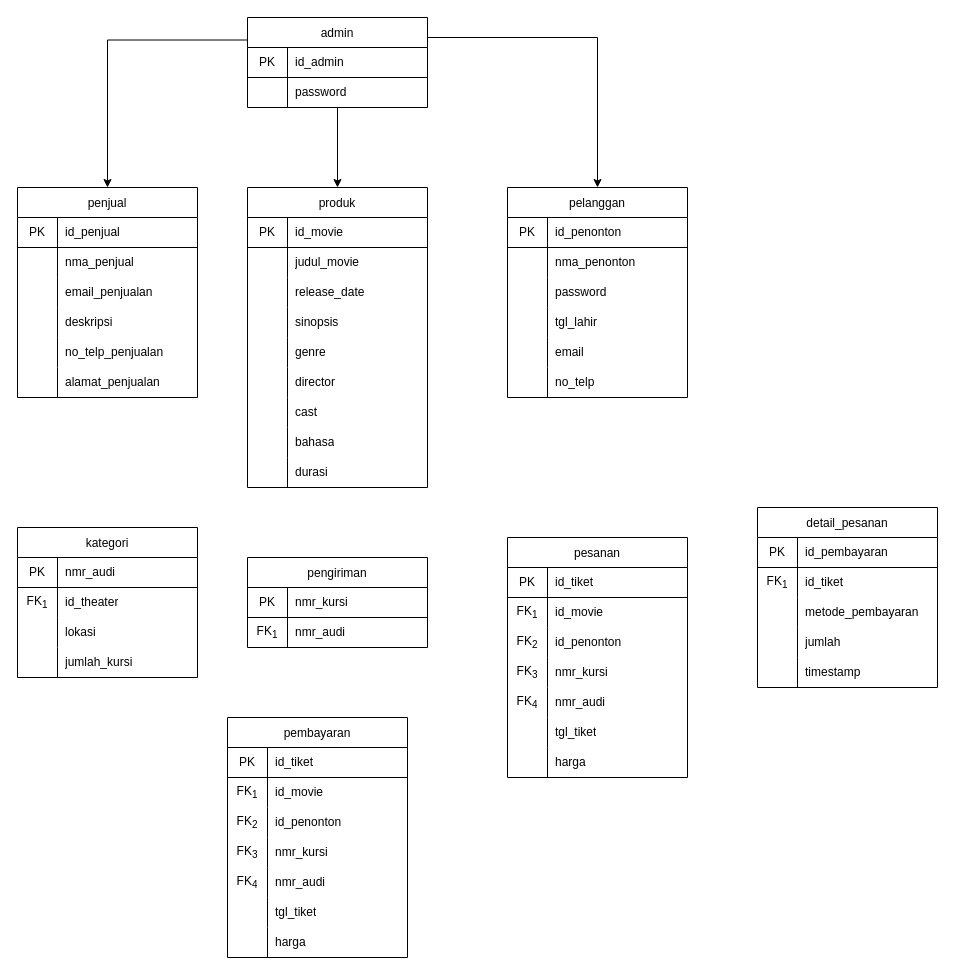
Above: e-commerce_cdm.drawio in vinnnna/sistem-basis-data (draw.io), before the change. Source tidied: cells renumbered, new cells numbered last; positions are measured from the earlier drawing's top-left corner, leaving out a move shared by most shapes. Both pictures are drawn from the tidied source at 100%, with x=0, y=0 at pixel (17, 17).
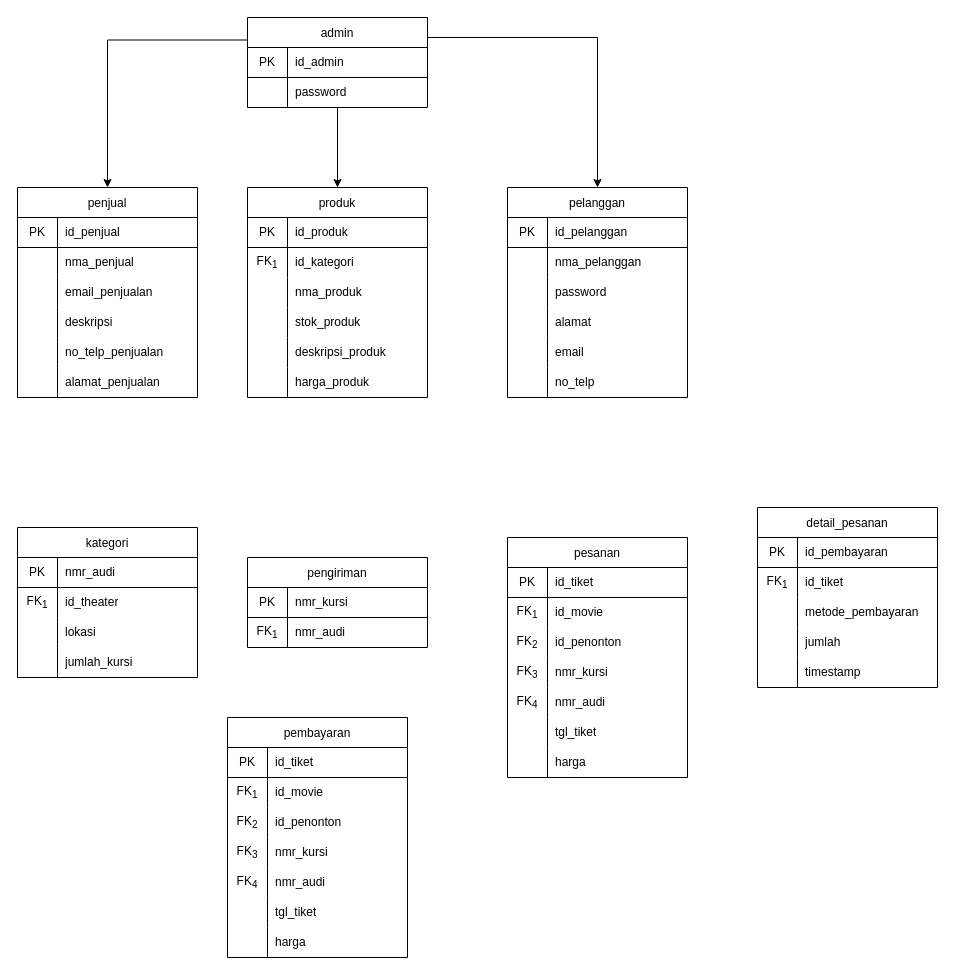
The same diagram, later.

Unchanged cells that the change refers to:
```xml
<mxCell id="22" style="shape=tableRow;horizontal=0;startSize=0;swimlaneHead=0;swimlaneBody=0;top=0;left=0;bottom=0;right=0;fillColor=none;strokeColor=inherit;fontSize=12;" parent="21" vertex="1">
  <mxGeometry y="30" width="180" height="30" as="geometry" />
</mxCell>
<mxCell id="88" style="shape=tableRow;horizontal=0;startSize=0;swimlaneHead=0;swimlaneBody=0;top=0;left=0;bottom=0;right=0;fillColor=none;strokeColor=inherit;fontSize=12;" parent="87" vertex="1">
  <mxGeometry y="30" width="180" height="30" as="geometry" />
</mxCell>
<mxCell id="91" style="shape=tableRow;horizontal=0;startSize=0;swimlaneHead=0;swimlaneBody=0;top=0;left=0;bottom=0;right=0;fillColor=none;strokeColor=inherit;fontSize=12;" parent="87" vertex="1">
  <mxGeometry y="60" width="180" height="30" as="geometry" />
</mxCell>
<mxCell id="97" style="shape=tableRow;horizontal=0;startSize=0;swimlaneHead=0;swimlaneBody=0;top=0;left=0;bottom=0;right=0;fillColor=none;strokeColor=inherit;fontSize=12;" parent="87" vertex="1">
  <mxGeometry y="120" width="180" height="30" as="geometry" />
</mxCell>
```

Diff of the diagram source:
```diff
@@
     <mxCell id="21" value="produk" style="shape=table;startSize=30;childLayout=tableLayout;rowLines=0;fontStyle=0;strokeColor=default;fontSize=12;" parent="1" vertex="1">
-      <mxGeometry x="230" y="170" width="180" height="300" as="geometry" />
+      <mxGeometry x="230" y="170" width="180" height="210" as="geometry" />
     </mxCell>
@@
-    <mxCell id="24" value="id_movie" style="shape=partialRectangle;html=1;whiteSpace=wrap;fillColor=none;top=0;left=0;bottom=1;right=0;align=left;spacingLeft=6;overflow=hidden;strokeColor=inherit;fontSize=12;strokeWidth=1;" parent="22" vertex="1">
+    <mxCell id="24" value="id_produk" style="shape=partialRectangle;html=1;whiteSpace=wrap;fillColor=none;top=0;left=0;bottom=1;right=0;align=left;spacingLeft=6;overflow=hidden;strokeColor=inherit;fontSize=12;strokeWidth=1;" parent="22" vertex="1">
       <mxGeometry x="40" width="140" height="30" as="geometry" />
     </mxCell>
+    <mxCell id="158" style="shape=tableRow;horizontal=0;startSize=0;swimlaneHead=0;swimlaneBody=0;top=0;left=0;bottom=0;right=0;fillColor=none;strokeColor=inherit;fontSize=12;" parent="21" vertex="1">
+      <mxGeometry y="60" width="180" height="30" as="geometry" />
+    </mxCell>
+    <mxCell id="159" value="FK&lt;sub&gt;1&lt;/sub&gt;" style="shape=partialRectangle;html=1;whiteSpace=wrap;fillColor=none;top=0;left=0;bottom=0;right=0;overflow=hidden;strokeColor=inherit;fontSize=12;" parent="158" vertex="1">
+      <mxGeometry width="40" height="30" as="geometry" />
+    </mxCell>
+    <mxCell id="160" value="id_kategori" style="shape=partialRectangle;html=1;whiteSpace=wrap;fillColor=none;top=0;left=0;bottom=0;right=0;align=left;spacingLeft=6;overflow=hidden;strokeColor=inherit;fontSize=12;" parent="158" vertex="1">
+      <mxGeometry x="40" width="140" height="30" as="geometry" />
+    </mxCell>
     <mxCell id="25" style="shape=tableRow;horizontal=0;startSize=0;swimlaneHead=0;swimlaneBody=0;top=0;left=0;bottom=0;right=0;fillColor=none;strokeColor=inherit;fontSize=12;" parent="21" vertex="1">
-      <mxGeometry y="60" width="180" height="30" as="geometry" />
+      <mxGeometry y="90" width="180" height="30" as="geometry" />
     </mxCell>
@@
-    <mxCell id="27" value="judul_movie" style="shape=partialRectangle;html=1;whiteSpace=wrap;fillColor=none;top=0;left=0;bottom=0;right=0;align=left;spacingLeft=6;overflow=hidden;strokeColor=inherit;fontSize=12;" parent="25" vertex="1">
+    <mxCell id="27" value="nma_produk" style="shape=partialRectangle;html=1;whiteSpace=wrap;fillColor=none;top=0;left=0;bottom=0;right=0;align=left;spacingLeft=6;overflow=hidden;strokeColor=inherit;fontSize=12;" parent="25" vertex="1">
       <mxGeometry x="40" width="140" height="30" as="geometry" />
     </mxCell>
     <mxCell id="28" style="shape=tableRow;horizontal=0;startSize=0;swimlaneHead=0;swimlaneBody=0;top=0;left=0;bottom=0;right=0;fillColor=none;strokeColor=inherit;fontSize=12;" parent="21" vertex="1">
-      <mxGeometry y="90" width="180" height="30" as="geometry" />
+      <mxGeometry y="120" width="180" height="30" as="geometry" />
     </mxCell>
@@
-    <mxCell id="30" value="release_date" style="shape=partialRectangle;html=1;whiteSpace=wrap;fillColor=none;top=0;left=0;bottom=0;right=0;align=left;spacingLeft=6;overflow=hidden;strokeColor=inherit;fontSize=12;" parent="28" vertex="1">
+    <mxCell id="30" value="stok_produk" style="shape=partialRectangle;html=1;whiteSpace=wrap;fillColor=none;top=0;left=0;bottom=0;right=0;align=left;spacingLeft=6;overflow=hidden;strokeColor=inherit;fontSize=12;" parent="28" vertex="1">
       <mxGeometry x="40" width="140" height="30" as="geometry" />
     </mxCell>
     <mxCell id="31" style="shape=tableRow;horizontal=0;startSize=0;swimlaneHead=0;swimlaneBody=0;top=0;left=0;bottom=0;right=0;fillColor=none;strokeColor=inherit;fontSize=12;" parent="21" vertex="1">
-      <mxGeometry y="120" width="180" height="30" as="geometry" />
+      <mxGeometry y="150" width="180" height="30" as="geometry" />
     </mxCell>
@@
-    <mxCell id="33" value="sinopsis" style="shape=partialRectangle;html=1;whiteSpace=wrap;fillColor=none;top=0;left=0;bottom=0;right=0;align=left;spacingLeft=6;overflow=hidden;strokeColor=inherit;fontSize=12;" parent="31" vertex="1">
+    <mxCell id="33" value="deskripsi_produk" style="shape=partialRectangle;html=1;whiteSpace=wrap;fillColor=none;top=0;left=0;bottom=0;right=0;align=left;spacingLeft=6;overflow=hidden;strokeColor=inherit;fontSize=12;" parent="31" vertex="1">
       <mxGeometry x="40" width="140" height="30" as="geometry" />
     </mxCell>
     <mxCell id="34" style="shape=tableRow;horizontal=0;startSize=0;swimlaneHead=0;swimlaneBody=0;top=0;left=0;bottom=0;right=0;fillColor=none;strokeColor=inherit;fontSize=12;" parent="21" vertex="1">
-      <mxGeometry y="150" width="180" height="30" as="geometry" />
+      <mxGeometry y="180" width="180" height="30" as="geometry" />
     </mxCell>
@@
-    <mxCell id="36" value="genre" style="shape=partialRectangle;html=1;whiteSpace=wrap;fillColor=none;top=0;left=0;bottom=0;right=0;align=left;spacingLeft=6;overflow=hidden;strokeColor=inherit;fontSize=12;" parent="34" vertex="1">
+    <mxCell id="36" value="harga_produk" style="shape=partialRectangle;html=1;whiteSpace=wrap;fillColor=none;top=0;left=0;bottom=0;right=0;align=left;spacingLeft=6;overflow=hidden;strokeColor=inherit;fontSize=12;" parent="34" vertex="1">
       <mxGeometry x="40" width="140" height="30" as="geometry" />
     </mxCell>
-    <mxCell id="37" style="shape=tableRow;horizontal=0;startSize=0;swimlaneHead=0;swimlaneBody=0;top=0;left=0;bottom=0;right=0;fillColor=none;strokeColor=inherit;fontSize=12;" parent="21" vertex="1">
-      <mxGeometry y="180" width="180" height="30" as="geometry" />
-    </mxCell>
-    <mxCell id="38" style="shape=partialRectangle;html=1;whiteSpace=wrap;fillColor=none;top=0;left=0;bottom=0;right=0;overflow=hidden;strokeColor=inherit;fontSize=12;" parent="37" vertex="1">
-      <mxGeometry width="40" height="30" as="geometry" />
-    </mxCell>
-    <mxCell id="39" value="director" style="shape=partialRectangle;html=1;whiteSpace=wrap;fillColor=none;top=0;left=0;bottom=0;right=0;align=left;spacingLeft=6;overflow=hidden;strokeColor=inherit;fontSize=12;" parent="37" vertex="1">
-      <mxGeometry x="40" width="140" height="30" as="geometry" />
-    </mxCell>
-    <mxCell id="40" style="shape=tableRow;horizontal=0;startSize=0;swimlaneHead=0;swimlaneBody=0;top=0;left=0;bottom=0;right=0;fillColor=none;strokeColor=inherit;fontSize=12;" parent="21" vertex="1">
-      <mxGeometry y="210" width="180" height="30" as="geometry" />
-    </mxCell>
-    <mxCell id="41" style="shape=partialRectangle;html=1;whiteSpace=wrap;fillColor=none;top=0;left=0;bottom=0;right=0;overflow=hidden;strokeColor=inherit;fontSize=12;" parent="40" vertex="1">
-      <mxGeometry width="40" height="30" as="geometry" />
-    </mxCell>
-    <mxCell id="42" value="cast" style="shape=partialRectangle;html=1;whiteSpace=wrap;fillColor=none;top=0;left=0;bottom=0;right=0;align=left;spacingLeft=6;overflow=hidden;strokeColor=inherit;fontSize=12;" parent="40" vertex="1">
-      <mxGeometry x="40" width="140" height="30" as="geometry" />
-    </mxCell>
-    <mxCell id="43" style="shape=tableRow;horizontal=0;startSize=0;swimlaneHead=0;swimlaneBody=0;top=0;left=0;bottom=0;right=0;fillColor=none;strokeColor=inherit;fontSize=12;" parent="21" vertex="1">
-      <mxGeometry y="240" width="180" height="30" as="geometry" />
-    </mxCell>
-    <mxCell id="44" style="shape=partialRectangle;html=1;whiteSpace=wrap;fillColor=none;top=0;left=0;bottom=0;right=0;overflow=hidden;strokeColor=inherit;fontSize=12;" parent="43" vertex="1">
-      <mxGeometry width="40" height="30" as="geometry" />
-    </mxCell>
-    <mxCell id="45" value="bahasa" style="shape=partialRectangle;html=1;whiteSpace=wrap;fillColor=none;top=0;left=0;bottom=0;right=0;align=left;spacingLeft=6;overflow=hidden;strokeColor=inherit;fontSize=12;" parent="43" vertex="1">
-      <mxGeometry x="40" width="140" height="30" as="geometry" />
-    </mxCell>
-    <mxCell id="46" style="shape=tableRow;horizontal=0;startSize=0;swimlaneHead=0;swimlaneBody=0;top=0;left=0;bottom=0;right=0;fillColor=none;strokeColor=inherit;fontSize=12;" parent="21" vertex="1">
-      <mxGeometry y="270" width="180" height="30" as="geometry" />
-    </mxCell>
-    <mxCell id="47" style="shape=partialRectangle;html=1;whiteSpace=wrap;fillColor=none;top=0;left=0;bottom=0;right=0;overflow=hidden;strokeColor=inherit;fontSize=12;" parent="46" vertex="1">
-      <mxGeometry width="40" height="30" as="geometry" />
-    </mxCell>
-    <mxCell id="48" value="durasi" style="shape=partialRectangle;html=1;whiteSpace=wrap;fillColor=none;top=0;left=0;bottom=0;right=0;align=left;spacingLeft=6;overflow=hidden;strokeColor=inherit;fontSize=12;" parent="46" vertex="1">
-      <mxGeometry x="40" width="140" height="30" as="geometry" />
-    </mxCell>
@@
-    <mxCell id="90" value="id_penonton" style="shape=partialRectangle;html=1;whiteSpace=wrap;fillColor=none;top=0;left=0;bottom=1;right=0;align=left;spacingLeft=6;overflow=hidden;strokeColor=inherit;fontSize=12;strokeWidth=1;" parent="88" vertex="1">
+    <mxCell id="90" value="id_pelanggan" style="shape=partialRectangle;html=1;whiteSpace=wrap;fillColor=none;top=0;left=0;bottom=1;right=0;align=left;spacingLeft=6;overflow=hidden;strokeColor=inherit;fontSize=12;strokeWidth=1;" parent="88" vertex="1">
       <mxGeometry x="40" width="140" height="30" as="geometry" />
     </mxCell>
@@
-    <mxCell id="93" value="nma_penonton" style="shape=partialRectangle;html=1;whiteSpace=wrap;fillColor=none;top=0;left=0;bottom=0;right=0;align=left;spacingLeft=6;overflow=hidden;strokeColor=inherit;fontSize=12;" parent="91" vertex="1">
+    <mxCell id="93" value="nma_pelanggan" style="shape=partialRectangle;html=1;whiteSpace=wrap;fillColor=none;top=0;left=0;bottom=0;right=0;align=left;spacingLeft=6;overflow=hidden;strokeColor=inherit;fontSize=12;" parent="91" vertex="1">
       <mxGeometry x="40" width="140" height="30" as="geometry" />
     </mxCell>
@@
-    <mxCell id="99" value="tgl_lahir" style="shape=partialRectangle;html=1;whiteSpace=wrap;fillColor=none;top=0;left=0;bottom=0;right=0;align=left;spacingLeft=6;overflow=hidden;strokeColor=inherit;fontSize=12;" parent="97" vertex="1">
+    <mxCell id="99" value="alamat" style="shape=partialRectangle;html=1;whiteSpace=wrap;fillColor=none;top=0;left=0;bottom=0;right=0;align=left;spacingLeft=6;overflow=hidden;strokeColor=inherit;fontSize=12;" parent="97" vertex="1">
       <mxGeometry x="40" width="140" height="30" as="geometry" />
     </mxCell>
```
